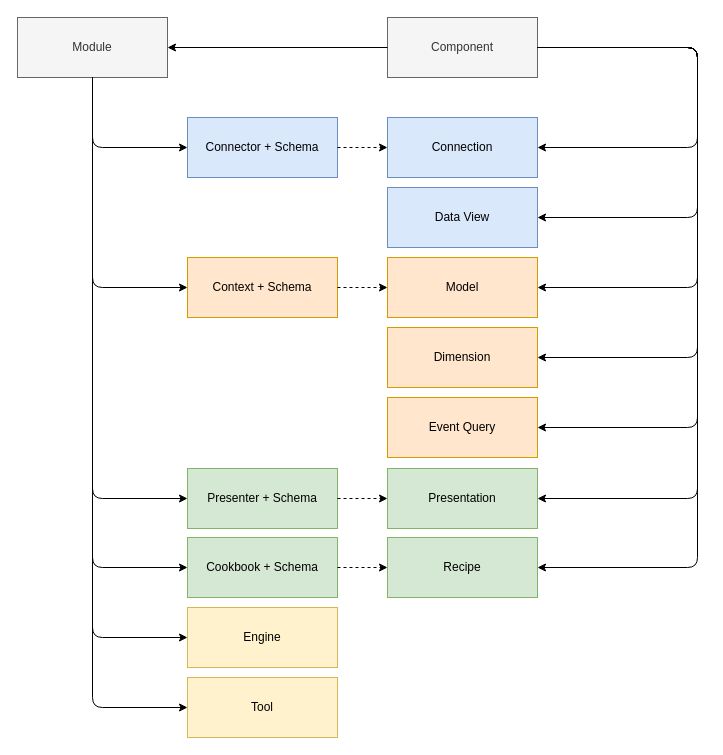
Earlier version of the draw.io diagram schematic.drawio (dpuse/dpuse-shared). Source tidied: cells renumbered, new cells numbered last; positions are measured from the earlier drawing's top-left corner, leaving out a move shared by most shapes. Both pictures are drawn from the tidied source at 100%, with x=0, y=0 at pixel (17, 17).
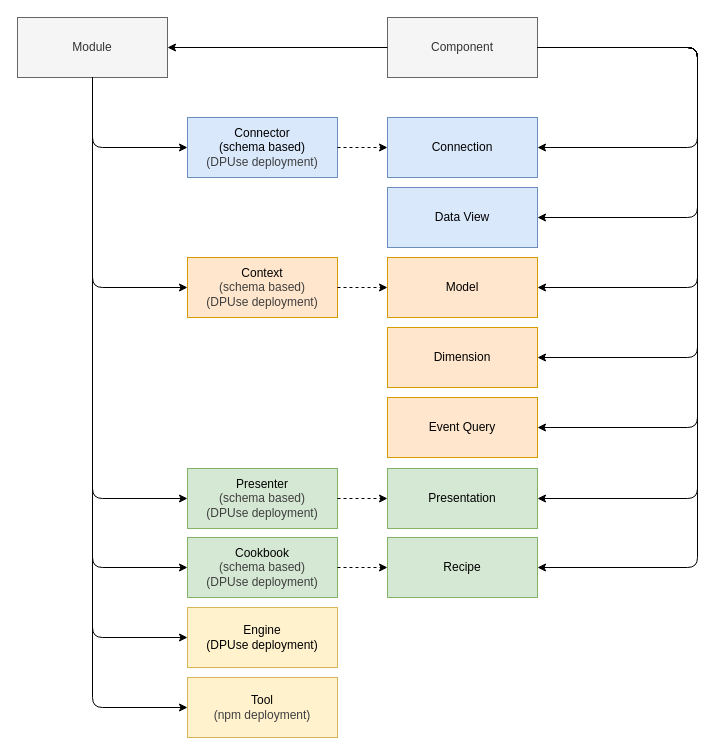
Above is the later version.

Change to the diagram source:
```diff
@@
-    <mxCell id="3" value="Engine" style="rounded=0;whiteSpace=wrap;html=1;fillColor=#fff2cc;strokeColor=#d6b656;" parent="1" vertex="1">
+    <mxCell id="3" value="Engine&lt;div&gt;(DPUse deployment)&lt;/div&gt;" style="rounded=0;whiteSpace=wrap;html=1;fillColor=#fff2cc;strokeColor=#d6b656;" parent="1" vertex="1">
       <mxGeometry x="170" y="590" width="150" height="60" as="geometry" />
     </mxCell>
@@
-    <mxCell id="5" value="Context + Schema" style="rounded=0;whiteSpace=wrap;html=1;fillColor=#ffe6cc;strokeColor=#d79b00;" parent="1" vertex="1">
+    <mxCell id="5" value="Context&lt;br class=&quot;Apple-interchange-newline&quot;&gt;&lt;span style=&quot;color: rgb(63, 63, 63);&quot;&gt;(schema based)&lt;/span&gt;&lt;br class=&quot;Apple-interchange-newline&quot;&gt;&lt;span style=&quot;color: rgb(63, 63, 63);&quot;&gt;(DPUse deployment)&lt;/span&gt;" style="rounded=0;whiteSpace=wrap;html=1;fillColor=#ffe6cc;strokeColor=#d79b00;" parent="1" vertex="1">
       <mxGeometry x="170" y="240" width="150" height="60" as="geometry" />
     </mxCell>
-    <mxCell id="6" value="Cookbook + Schema" style="rounded=0;whiteSpace=wrap;html=1;fillColor=#d5e8d4;strokeColor=#82b366;" parent="1" vertex="1">
+    <mxCell id="6" value="Cookbook&lt;br class=&quot;Apple-interchange-newline&quot;&gt;&lt;span style=&quot;color: rgb(63, 63, 63);&quot;&gt;(schema based)&lt;/span&gt;&lt;br class=&quot;Apple-interchange-newline&quot;&gt;&lt;span style=&quot;color: rgb(63, 63, 63);&quot;&gt;(DPUse deployment)&lt;/span&gt;" style="rounded=0;whiteSpace=wrap;html=1;fillColor=#d5e8d4;strokeColor=#82b366;" parent="1" vertex="1">
       <mxGeometry x="170" y="520" width="150" height="60" as="geometry" />
     </mxCell>
@@
-    <mxCell id="8" value="Presenter + Schema" style="rounded=0;whiteSpace=wrap;html=1;fillColor=#d5e8d4;strokeColor=#82b366;" parent="1" vertex="1">
+    <mxCell id="8" value="Presenter&lt;br class=&quot;Apple-interchange-newline&quot;&gt;&lt;span style=&quot;color: rgb(63, 63, 63);&quot;&gt;(schema based)&lt;/span&gt;&lt;br class=&quot;Apple-interchange-newline&quot;&gt;&lt;span style=&quot;color: rgb(63, 63, 63);&quot;&gt;(DPUse deployment)&lt;/span&gt;" style="rounded=0;whiteSpace=wrap;html=1;fillColor=#d5e8d4;strokeColor=#82b366;" parent="1" vertex="1">
       <mxGeometry x="170" y="451" width="150" height="60" as="geometry" />
     </mxCell>
-    <mxCell id="9" value="Connector + Schema" style="rounded=0;whiteSpace=wrap;html=1;fillColor=#dae8fc;strokeColor=#6c8ebf;" parent="1" vertex="1">
+    <mxCell id="9" value="Connector&lt;div&gt;(schema based)&lt;/div&gt;&lt;span style=&quot;color: rgb(63, 63, 63);&quot;&gt;(DPUse deployment)&lt;/span&gt;" style="rounded=0;whiteSpace=wrap;html=1;fillColor=#dae8fc;strokeColor=#6c8ebf;" parent="1" vertex="1">
       <mxGeometry x="170" y="100" width="150" height="60" as="geometry" />
     </mxCell>
@@
-    <mxCell id="20" value="Tool" style="rounded=0;whiteSpace=wrap;html=1;fillColor=#fff2cc;strokeColor=#d6b656;" parent="1" vertex="1">
+    <mxCell id="20" value="Tool&lt;br class=&quot;Apple-interchange-newline&quot;&gt;&lt;span style=&quot;color: rgb(63, 63, 63);&quot;&gt;(npm deployment)&lt;/span&gt;" style="rounded=0;whiteSpace=wrap;html=1;fillColor=#fff2cc;strokeColor=#d6b656;" parent="1" vertex="1">
       <mxGeometry x="170" y="660" width="150" height="60" as="geometry" />
     </mxCell>
```
